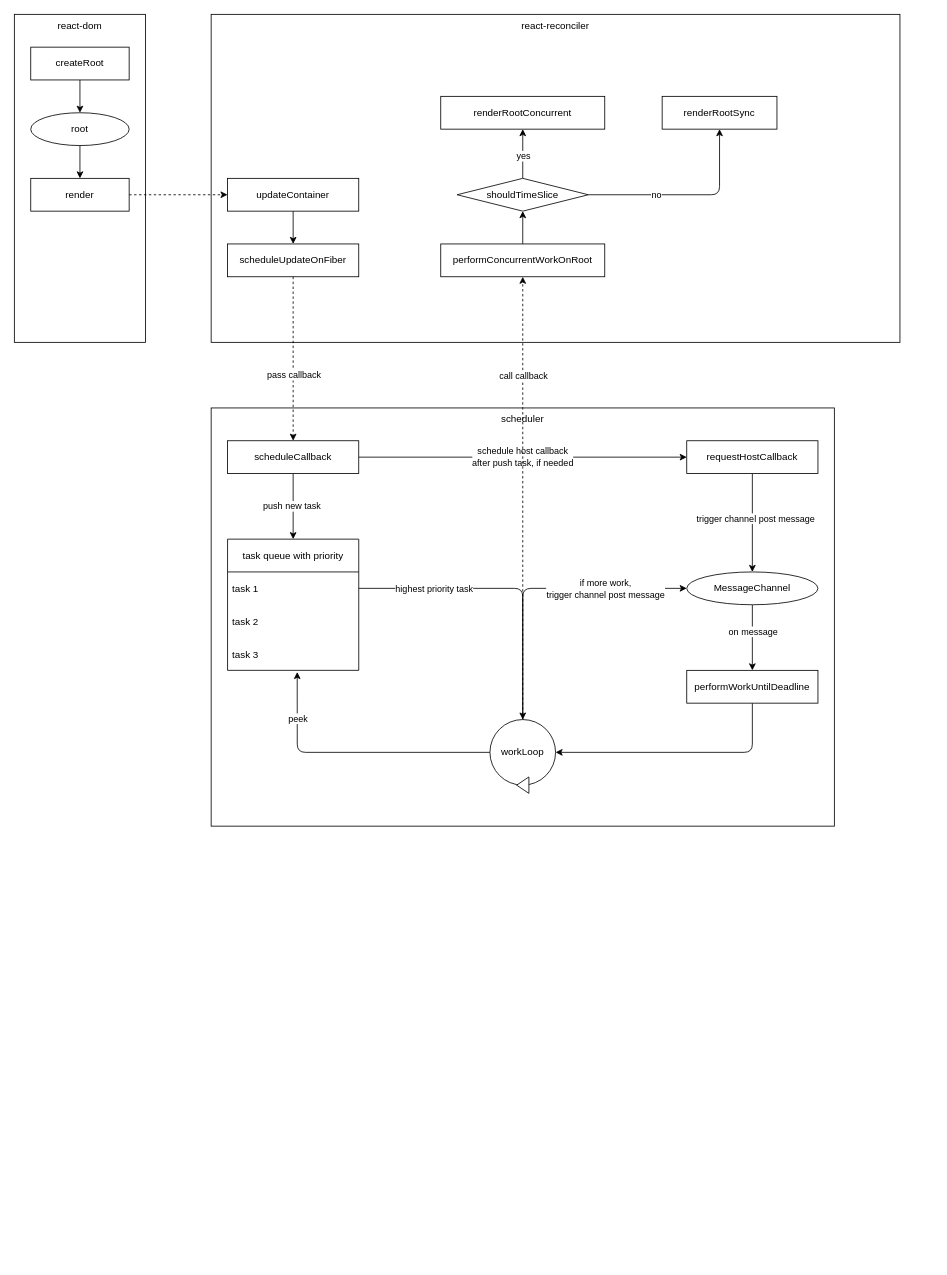
Above: assets/images/react.drawio in Harry3014/Harry3014.github.io (draw.io), before the change. Source tidied: cells renumbered, new cells numbered last; positions are measured from the earlier drawing's top-left corner, leaving out a move shared by most shapes. Both pictures are drawn from the tidied source at 82%, with x=0, y=0 at pixel (14, 14).
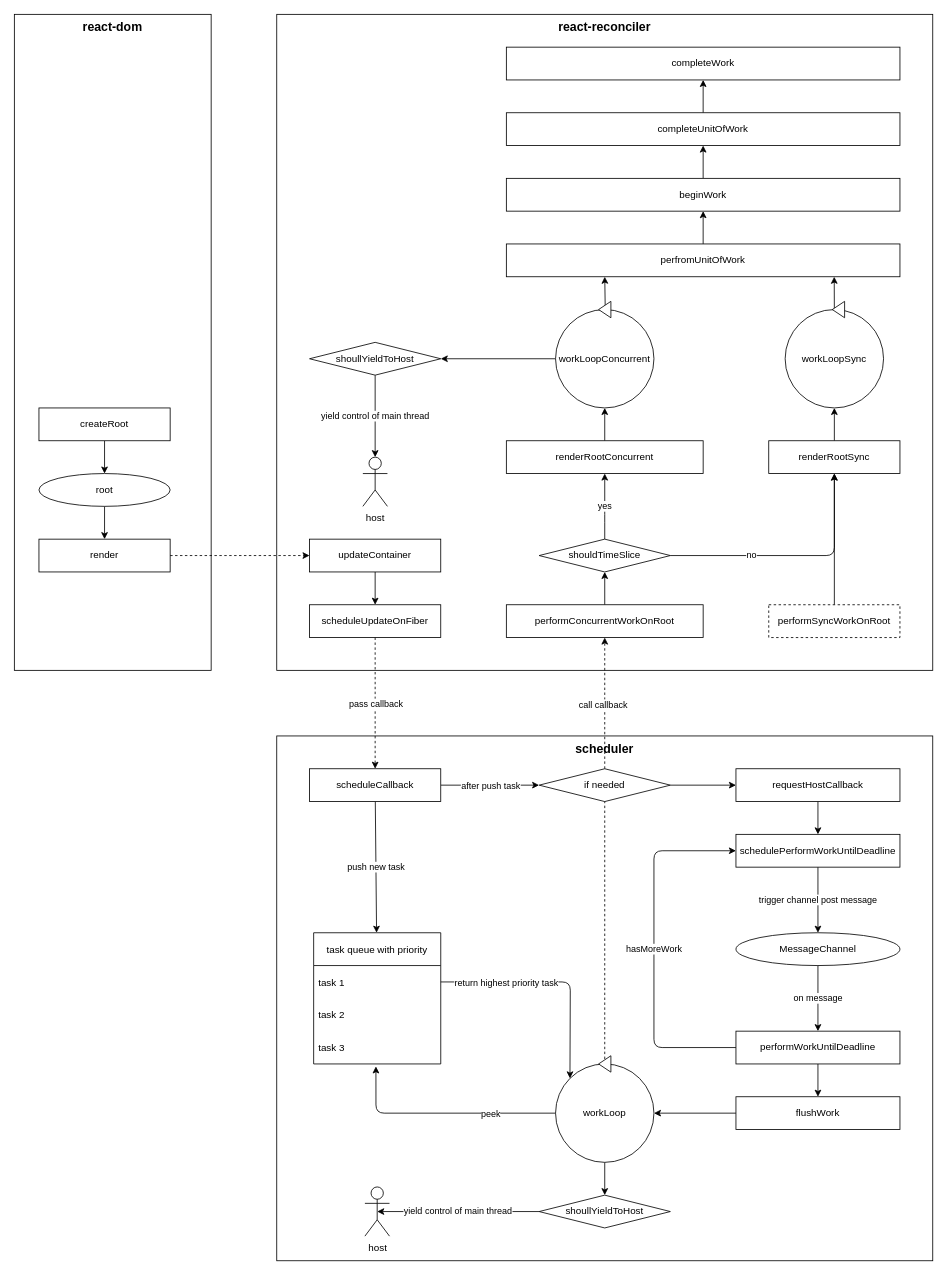
Above is the later version.

The edit, as a diff of the source:
```diff
@@
-    <mxCell id="2" value="react-dom" style="rounded=0;whiteSpace=wrap;html=1;verticalAlign=top;" parent="1" vertex="1">
-      <mxGeometry width="160" height="400" as="geometry" />
+    <mxCell id="2" value="react-dom" style="rounded=0;whiteSpace=wrap;html=1;verticalAlign=top;fontStyle=1;fontSize=15;" parent="1" vertex="1">
+      <mxGeometry width="240" height="800" as="geometry" />
     </mxCell>
@@
     <mxCell id="4" value="createRoot" style="rounded=0;whiteSpace=wrap;html=1;" parent="1" vertex="1">
-      <mxGeometry x="20" y="40" width="120" height="40" as="geometry" />
+      <mxGeometry x="30" y="480" width="160" height="40" as="geometry" />
     </mxCell>
@@
     <mxCell id="6" value="root" style="ellipse;whiteSpace=wrap;html=1;" parent="1" vertex="1">
-      <mxGeometry x="20" y="120" width="120" height="40" as="geometry" />
+      <mxGeometry x="30" y="560" width="160" height="40" as="geometry" />
     </mxCell>
     <mxCell id="7" value="render" style="rounded=0;whiteSpace=wrap;html=1;" parent="1" vertex="1">
-      <mxGeometry x="20" y="200" width="120" height="40" as="geometry" />
+      <mxGeometry x="30" y="640" width="160" height="40" as="geometry" />
     </mxCell>
-    <mxCell id="8" value="react-reconciler" style="rounded=0;whiteSpace=wrap;html=1;verticalAlign=top;" parent="1" vertex="1">
-      <mxGeometry x="240" width="840" height="400" as="geometry" />
+    <mxCell id="8" value="react-reconciler" style="rounded=0;whiteSpace=wrap;html=1;verticalAlign=top;fontStyle=1;fontSize=15;" parent="1" vertex="1">
+      <mxGeometry x="320" width="800" height="800" as="geometry" />
     </mxCell>
@@
     <mxCell id="10" value="updateContainer" style="rounded=0;whiteSpace=wrap;html=1;" parent="1" vertex="1">
-      <mxGeometry x="260" y="200" width="160" height="40" as="geometry" />
+      <mxGeometry x="360" y="640" width="160" height="40" as="geometry" />
     </mxCell>
@@
     <mxCell id="12" value="scheduleUpdateOnFiber" style="rounded=0;whiteSpace=wrap;html=1;" parent="1" vertex="1">
-      <mxGeometry x="260" y="280" width="160" height="40" as="geometry" />
+      <mxGeometry x="360" y="720" width="160" height="40" as="geometry" />
     </mxCell>
-    <mxCell id="13" value="scheduler" style="rounded=0;whiteSpace=wrap;html=1;verticalAlign=top;" parent="1" vertex="1">
-      <mxGeometry x="240" y="480" width="760" height="510" as="geometry" />
+    <mxCell id="13" value="scheduler" style="rounded=0;whiteSpace=wrap;html=1;verticalAlign=top;fontStyle=1;fontSize=15;" parent="1" vertex="1">
+      <mxGeometry x="320" y="880" width="800" height="640" as="geometry" />
     </mxCell>
-    <mxCell id="14" value="push new task&amp;nbsp;" style="edgeStyle=none;html=1;" parent="1" edge="1" source="16">
-      <mxGeometry relative="1" as="geometry">
-        <mxPoint x="340" y="640" as="targetPoint" />
-      </mxGeometry>
+    <mxCell id="14" value="push new task" style="edgeStyle=none;html=1;" parent="1" edge="1" source="16" target="19">
+      <mxGeometry relative="1" as="geometry" />
     </mxCell>
-    <mxCell id="15" value="schedule host callback&lt;br&gt;after push task, if needed" style="edgeStyle=none;html=1;" parent="1" edge="1" source="16" target="25">
-      <mxGeometry relative="1" as="geometry" />
-    </mxCell>
+    <mxCell id="50" style="edgeStyle=none;html=1;entryX=0;entryY=0.5;entryDx=0;entryDy=0;endArrow=classic;endFill=1;" parent="1" edge="1" source="16" target="86">
+      <mxGeometry relative="1" as="geometry" />
+    </mxCell>
+    <mxCell id="51" value="after push task" style="edgeLabel;html=1;align=center;verticalAlign=middle;" parent="50" vertex="1">
+      <mxGeometry x="-0.17" y="1" relative="1" as="geometry">
+        <mxPoint x="10" y="1" as="offset" />
+      </mxGeometry>
+    </mxCell>
     <mxCell id="16" value="scheduleCallback" style="rounded=0;whiteSpace=wrap;html=1;" parent="1" vertex="1">
-      <mxGeometry x="260" y="520" width="160" height="40" as="geometry" />
+      <mxGeometry x="360" y="920" width="160" height="40" as="geometry" />
     </mxCell>
-    <mxCell id="17" style="edgeStyle=none;html=1;dashed=1;" parent="1" edge="1" source="12" target="16">
+    <mxCell id="17" style="edgeStyle=none;html=1;dashed=1;entryX=0.5;entryY=0;entryDx=0;entryDy=0;" parent="1" edge="1" source="12" target="16">
       <mxGeometry relative="1" as="geometry" />
     </mxCell>
     <mxCell id="18" value="pass callback" style="edgeLabel;html=1;align=center;verticalAlign=middle;" parent="17" vertex="1">
       <mxGeometry x="0.21" relative="1" as="geometry">
-        <mxPoint y="-2" as="offset" />
+        <mxPoint y="-17" as="offset" />
       </mxGeometry>
     </mxCell>
     <mxCell id="19" value="task queue with priority" style="swimlane;fontStyle=0;horizontal=1;startSize=40;" parent="1" vertex="1">
-      <mxGeometry x="260" y="640" width="160" height="160" as="geometry" />
+      <mxGeometry x="365" y="1120" width="155" height="160" as="geometry" />
     </mxCell>
     <mxCell id="20" value="task 1" style="text;strokeColor=none;fillColor=none;align=left;verticalAlign=middle;spacingLeft=4;spacingRight=4;overflow=hidden;points=[[0,0.5],[1,0.5]];portConstraint=eastwest;" parent="19" vertex="1">
-      <mxGeometry y="40" width="160" height="40" as="geometry" />
+      <mxGeometry y="40" width="155" height="40" as="geometry" />
     </mxCell>
     <mxCell id="21" value="task 2" style="text;strokeColor=none;fillColor=none;align=left;verticalAlign=middle;spacingLeft=4;spacingRight=4;overflow=hidden;" parent="19" vertex="1">
-      <mxGeometry y="80" width="160" height="40" as="geometry" />
+      <mxGeometry y="80" width="155" height="40" as="geometry" />
     </mxCell>
     <mxCell id="22" value="task 3" style="text;strokeColor=none;fillColor=none;align=left;verticalAlign=middle;spacingLeft=4;spacingRight=4;overflow=hidden;points=[[0,0.5],[1,0.5]];portConstraint=eastwest;" parent="19" vertex="1">
-      <mxGeometry y="120" width="160" height="40" as="geometry" />
+      <mxGeometry y="120" width="155" height="40" as="geometry" />
     </mxCell>
-    <mxCell id="23" style="edgeStyle=none;html=1;" parent="1" edge="1" source="25" target="28">
-      <mxGeometry relative="1" as="geometry" />
-    </mxCell>
-    <mxCell id="24" value="trigger channel post message" style="edgeLabel;html=1;align=center;verticalAlign=middle;" parent="23" vertex="1">
-      <mxGeometry x="-0.1" y="3" relative="1" as="geometry" />
-    </mxCell>
+    <mxCell id="52" style="edgeStyle=none;html=1;" parent="1" edge="1" source="25" target="72">
+      <mxGeometry relative="1" as="geometry" />
+    </mxCell>
     <mxCell id="25" value="requestHostCallback" style="rounded=0;whiteSpace=wrap;html=1;" parent="1" vertex="1">
-      <mxGeometry x="820" y="520" width="160" height="40" as="geometry" />
+      <mxGeometry x="880" y="920" width="200" height="40" as="geometry" />
     </mxCell>
-    <mxCell id="26" style="edgeStyle=none;html=1;" parent="1" edge="1" source="28" target="30">
-      <mxGeometry relative="1" as="geometry" />
-    </mxCell>
-    <mxCell id="27" value="on message" style="edgeLabel;html=1;align=center;verticalAlign=middle;" parent="26" vertex="1">
-      <mxGeometry x="-0.21" relative="1" as="geometry" />
+    <mxCell id="27" value="on message" style="edgeStyle=none;html=1;" parent="1" edge="1" source="28" target="30">
+      <mxGeometry relative="1" as="geometry" />
     </mxCell>
     <mxCell id="28" value="MessageChannel" style="ellipse;whiteSpace=wrap;html=1;" parent="1" vertex="1">
-      <mxGeometry x="820" y="680" width="160" height="40" as="geometry" />
+      <mxGeometry x="880" y="1120" width="200" height="40" as="geometry" />
     </mxCell>
-    <mxCell id="29" style="edgeStyle=none;html=1;" parent="1" edge="1" source="30" target="37">
-      <mxGeometry relative="1" as="geometry">
-        <Array as="points">
-          <mxPoint x="900" y="900" />
-        </Array>
-      </mxGeometry>
-    </mxCell>
+    <mxCell id="53" style="edgeStyle=none;html=1;" parent="1" edge="1" source="30" target="74">
+      <mxGeometry relative="1" as="geometry" />
+    </mxCell>
+    <mxCell id="54" value="hasMoreWork" style="edgeStyle=none;html=1;entryX=0;entryY=0.5;entryDx=0;entryDy=0;" parent="1" edge="1" source="30" target="72">
+      <mxGeometry relative="1" as="geometry">
+        <Array as="points">
+          <mxPoint x="780" y="1260" />
+          <mxPoint x="780" y="1020" />
+        </Array>
+      </mxGeometry>
+    </mxCell>
     <mxCell id="30" value="performWorkUntilDeadline" style="rounded=0;whiteSpace=wrap;html=1;" parent="1" vertex="1">
-      <mxGeometry x="820" y="800" width="160" height="40" as="geometry" />
+      <mxGeometry x="880" y="1240" width="200" height="40" as="geometry" />
     </mxCell>
+    <mxCell id="41" style="edgeStyle=none;html=1;" parent="1" edge="1" source="42" target="47">
+      <mxGeometry relative="1" as="geometry" />
+    </mxCell>
+    <mxCell id="42" value="performConcurrentWorkOnRoot" style="rounded=0;whiteSpace=wrap;html=1;" parent="1" vertex="1">
+      <mxGeometry x="600" y="720" width="240" height="40" as="geometry" />
+    </mxCell>
+    <mxCell id="44" value="yes" style="edgeStyle=none;html=1;" parent="1" edge="1" source="47" target="48">
+      <mxGeometry relative="1" as="geometry">
+        <Array as="points">
+          <mxPoint x="720" y="610" />
+        </Array>
+      </mxGeometry>
+    </mxCell>
+    <mxCell id="46" value="no" style="edgeStyle=none;html=1;entryX=0.5;entryY=1;entryDx=0;entryDy=0;" parent="1" edge="1" source="47" target="49">
+      <mxGeometry x="-0.34" relative="1" as="geometry">
+        <Array as="points">
+          <mxPoint x="1000" y="660" />
+        </Array>
+      </mxGeometry>
+    </mxCell>
+    <mxCell id="47" value="shouldTimeSlice" style="rhombus;whiteSpace=wrap;html=1;" parent="1" vertex="1">
+      <mxGeometry x="640" y="640" width="160" height="40" as="geometry" />
+    </mxCell>
+    <mxCell id="55" style="edgeStyle=none;html=1;" parent="1" edge="1" source="48" target="59">
+      <mxGeometry relative="1" as="geometry" />
+    </mxCell>
+    <mxCell id="48" value="renderRootConcurrent" style="rounded=0;whiteSpace=wrap;html=1;" parent="1" vertex="1">
+      <mxGeometry x="600" y="520" width="240" height="40" as="geometry" />
+    </mxCell>
+    <mxCell id="56" style="edgeStyle=none;html=1;" parent="1" edge="1" source="49" target="61">
+      <mxGeometry relative="1" as="geometry" />
+    </mxCell>
+    <mxCell id="49" value="renderRootSync" style="rounded=0;whiteSpace=wrap;html=1;" parent="1" vertex="1">
+      <mxGeometry x="920" y="520" width="160" height="40" as="geometry" />
+    </mxCell>
+    <mxCell id="57" style="edgeStyle=none;html=1;entryX=0.25;entryY=1;entryDx=0;entryDy=0;" parent="1" edge="1" source="59" target="63">
+      <mxGeometry relative="1" as="geometry" />
+    </mxCell>
+    <mxCell id="58" style="edgeStyle=none;html=1;entryX=1;entryY=0.5;entryDx=0;entryDy=0;endArrow=classic;endFill=1;" parent="1" edge="1" source="59" target="83">
+      <mxGeometry relative="1" as="geometry" />
+    </mxCell>
+    <mxCell id="59" value="workLoopConcurrent" style="ellipse;whiteSpace=wrap;html=1;" parent="1" vertex="1">
+      <mxGeometry x="660" y="360" width="120" height="120" as="geometry" />
+    </mxCell>
+    <mxCell id="60" style="edgeStyle=none;html=1;fontSize=15;endArrow=classic;endFill=1;entryX=0.833;entryY=1;entryDx=0;entryDy=0;entryPerimeter=0;" parent="1" edge="1" source="61" target="63">
+      <mxGeometry relative="1" as="geometry" />
+    </mxCell>
+    <mxCell id="61" value="workLoopSync" style="ellipse;whiteSpace=wrap;html=1;" parent="1" vertex="1">
+      <mxGeometry x="940" y="360" width="120" height="120" as="geometry" />
+    </mxCell>
+    <mxCell id="62" style="edgeStyle=none;html=1;" parent="1" edge="1" source="63" target="67">
+      <mxGeometry relative="1" as="geometry" />
+    </mxCell>
+    <mxCell id="63" value="perfromUnitOfWork" style="rounded=0;whiteSpace=wrap;html=1;" parent="1" vertex="1">
+      <mxGeometry x="600" y="280" width="480" height="40" as="geometry" />
+    </mxCell>
+    <mxCell id="64" style="triangle;whiteSpace=wrap;html=1;direction=west;" parent="1" vertex="1">
+      <mxGeometry x="712.5" y="350" width="15" height="20" as="geometry" />
+    </mxCell>
+    <mxCell id="65" style="triangle;whiteSpace=wrap;html=1;direction=west;" parent="1" vertex="1">
+      <mxGeometry x="997.5" y="350" width="15" height="20" as="geometry" />
+    </mxCell>
+    <mxCell id="66" style="edgeStyle=none;html=1;" parent="1" edge="1" source="67" target="69">
+      <mxGeometry relative="1" as="geometry" />
+    </mxCell>
+    <mxCell id="67" value="beginWork" style="rounded=0;whiteSpace=wrap;html=1;" parent="1" vertex="1">
+      <mxGeometry x="600" y="200" width="480" height="40" as="geometry" />
+    </mxCell>
+    <mxCell id="68" style="edgeStyle=none;html=1;" parent="1" edge="1" source="69" target="71">
+      <mxGeometry relative="1" as="geometry" />
+    </mxCell>
+    <mxCell id="69" value="completeUnitOfWork" style="rounded=0;whiteSpace=wrap;html=1;" parent="1" vertex="1">
+      <mxGeometry x="600" y="120" width="480" height="40" as="geometry" />
+    </mxCell>
-    <mxCell id="31" style="edgeStyle=none;html=1;entryX=0.531;entryY=1.05;entryDx=0;entryDy=0;entryPerimeter=0;" parent="1" edge="1" source="37" target="22">
+    <mxCell id="31" style="edgeStyle=none;html=1;entryX=0.49;entryY=1.075;entryDx=0;entryDy=0;entryPerimeter=0;" parent="1" edge="1" source="37" target="22">
       <mxGeometry relative="1" as="geometry">
         <Array as="points">
-          <mxPoint x="345" y="900" />
+          <mxPoint x="441" y="1340" />
         </Array>
       </mxGeometry>
     </mxCell>
     <mxCell id="32" value="peek" style="edgeLabel;html=1;align=center;verticalAlign=middle;" parent="31" vertex="1">
-      <mxGeometry x="0.57" y="-1" relative="1" as="geometry">
-        <mxPoint y="-15" as="offset" />
+      <mxGeometry x="-0.38" relative="1" as="geometry">
+        <mxPoint x="6" as="offset" />
       </mxGeometry>
     </mxCell>
-    <mxCell id="33" style="edgeStyle=none;html=1;" parent="1" edge="1" source="37" target="28">
-      <mxGeometry relative="1" as="geometry">
-        <Array as="points">
-          <mxPoint x="620" y="700" />
-        </Array>
-      </mxGeometry>
-    </mxCell>
-    <mxCell id="34" value="if more work,&lt;br&gt;trigger channel post message" style="edgeLabel;html=1;align=center;verticalAlign=middle;" parent="33" vertex="1">
-      <mxGeometry x="0.48" y="2" relative="1" as="geometry">
-        <mxPoint x="-6" y="2" as="offset" />
-      </mxGeometry>
-    </mxCell>
+    <mxCell id="70" style="edgeStyle=none;html=1;entryX=0.5;entryY=0;entryDx=0;entryDy=0;" parent="1" edge="1" source="37" target="77">
+      <mxGeometry relative="1" as="geometry" />
+    </mxCell>
-    <mxCell id="35" style="edgeStyle=none;html=1;dashed=1;" parent="1" edge="1" source="37" target="42">
+    <mxCell id="35" style="edgeStyle=none;html=1;entryX=0.5;entryY=1;entryDx=0;entryDy=0;dashed=1;" parent="1" edge="1" source="37" target="42">
       <mxGeometry relative="1" as="geometry" />
     </mxCell>
     <mxCell id="36" value="call callback" style="edgeLabel;html=1;align=center;verticalAlign=middle;" parent="35" vertex="1">
-      <mxGeometry x="0.55" relative="1" as="geometry">
-        <mxPoint y="-1" as="offset" />
-      </mxGeometry>
+      <mxGeometry x="0.69" y="3" relative="1" as="geometry" />
     </mxCell>
     <mxCell id="37" value="workLoop" style="ellipse;whiteSpace=wrap;html=1;" parent="1" vertex="1">
-      <mxGeometry x="580" y="860" width="80" height="80" as="geometry" />
+      <mxGeometry x="660" y="1280" width="120" height="120" as="geometry" />
     </mxCell>
+    <mxCell id="71" value="completeWork" style="rounded=0;whiteSpace=wrap;html=1;" parent="1" vertex="1">
+      <mxGeometry x="600" y="40" width="480" height="40" as="geometry" />
+    </mxCell>
+    <mxCell id="24" value="trigger channel post message" style="edgeStyle=none;html=1;" parent="1" edge="1" source="72" target="28">
+      <mxGeometry relative="1" as="geometry" />
+    </mxCell>
+    <mxCell id="72" value="schedulePerformWorkUntilDeadline" style="rounded=0;whiteSpace=wrap;html=1;" parent="1" vertex="1">
+      <mxGeometry x="880" y="1000" width="200" height="40" as="geometry" />
+    </mxCell>
+    <mxCell id="73" style="edgeStyle=none;html=1;" parent="1" edge="1" source="74" target="37">
+      <mxGeometry relative="1" as="geometry" />
+    </mxCell>
+    <mxCell id="74" value="flushWork" style="rounded=0;whiteSpace=wrap;html=1;" parent="1" vertex="1">
+      <mxGeometry x="880" y="1320" width="200" height="40" as="geometry" />
+    </mxCell>
+    <mxCell id="75" style="triangle;whiteSpace=wrap;html=1;direction=west;" parent="1" vertex="1">
+      <mxGeometry x="712.5" y="1270" width="15" height="20" as="geometry" />
+    </mxCell>
+    <mxCell id="76" value="yield control of main thread" style="edgeStyle=none;html=1;entryX=0.5;entryY=0.5;entryDx=0;entryDy=0;entryPerimeter=0;" parent="1" edge="1" source="77" target="79">
+      <mxGeometry relative="1" as="geometry" />
+    </mxCell>
+    <mxCell id="77" value="shoullYieldToHost" style="rhombus;whiteSpace=wrap;html=1;" parent="1" vertex="1">
+      <mxGeometry x="640" y="1440" width="160" height="40" as="geometry" />
+    </mxCell>
-    <mxCell id="38" style="edgeStyle=none;html=1;" parent="1" edge="1" source="20" target="37">
+    <mxCell id="38" style="edgeStyle=none;html=1;entryX=0;entryY=0;entryDx=0;entryDy=0;" parent="1" edge="1" source="20" target="37">
       <mxGeometry relative="1" as="geometry">
         <Array as="points">
-          <mxPoint x="620" y="700" />
+          <mxPoint x="678" y="1180" />
         </Array>
       </mxGeometry>
     </mxCell>
-    <mxCell id="39" value="highest priority task" style="edgeLabel;html=1;align=center;verticalAlign=middle;" parent="38" vertex="1">
-      <mxGeometry x="-0.58" y="-3" relative="1" as="geometry">
-        <mxPoint x="15" y="-3" as="offset" />
-      </mxGeometry>
-    </mxCell>
-    <mxCell id="40" style="triangle;whiteSpace=wrap;html=1;direction=west;" parent="1" vertex="1">
-      <mxGeometry x="612.5" y="930" width="15" height="20" as="geometry" />
-    </mxCell>
-    <mxCell id="41" style="edgeStyle=none;html=1;" parent="1" edge="1" source="42" target="47">
-      <mxGeometry relative="1" as="geometry" />
-    </mxCell>
-    <mxCell id="42" value="performConcurrentWorkOnRoot" style="rounded=0;whiteSpace=wrap;html=1;" parent="1" vertex="1">
-      <mxGeometry x="520" y="280" width="200" height="40" as="geometry" />
-    </mxCell>
-    <mxCell id="43" style="edgeStyle=none;html=1;" parent="1" edge="1" source="47" target="48">
-      <mxGeometry relative="1" as="geometry" />
-    </mxCell>
-    <mxCell id="44" value="yes" style="edgeLabel;html=1;align=center;verticalAlign=middle;" parent="43" vertex="1">
-      <mxGeometry x="-0.17" y="-2" relative="1" as="geometry">
-        <mxPoint x="-2" y="-3" as="offset" />
-      </mxGeometry>
-    </mxCell>
-    <mxCell id="45" style="edgeStyle=none;html=1;" parent="1" edge="1" source="47" target="49">
-      <mxGeometry relative="1" as="geometry">
-        <Array as="points">
-          <mxPoint x="860" y="220" />
-        </Array>
-      </mxGeometry>
-    </mxCell>
-    <mxCell id="46" value="no" style="edgeLabel;html=1;align=center;verticalAlign=middle;" parent="45" vertex="1">
-      <mxGeometry x="-0.32" y="-1" relative="1" as="geometry">
-        <mxPoint y="-1" as="offset" />
-      </mxGeometry>
-    </mxCell>
-    <mxCell id="47" value="shouldTimeSlice" style="rhombus;whiteSpace=wrap;html=1;" parent="1" vertex="1">
-      <mxGeometry x="540" y="200" width="160" height="40" as="geometry" />
-    </mxCell>
-    <mxCell id="48" value="renderRootConcurrent" style="rounded=0;whiteSpace=wrap;html=1;" parent="1" vertex="1">
-      <mxGeometry x="520" y="100" width="200" height="40" as="geometry" />
-    </mxCell>
-    <mxCell id="49" value="renderRootSync" style="rounded=0;whiteSpace=wrap;html=1;" parent="1" vertex="1">
-      <mxGeometry x="790" y="100" width="140" height="40" as="geometry" />
-    </mxCell>
+    <mxCell id="78" value="return highest priority task" style="edgeLabel;html=1;align=center;verticalAlign=middle;" parent="38" vertex="1">
+      <mxGeometry x="-0.59" y="-2" relative="1" as="geometry">
+        <mxPoint x="23" y="-2" as="offset" />
+      </mxGeometry>
+    </mxCell>
+    <mxCell id="79" value="host" style="shape=umlActor;verticalLabelPosition=bottom;verticalAlign=top;html=1;outlineConnect=0;" parent="1" vertex="1">
+      <mxGeometry x="427.5" y="1430" width="30" height="60" as="geometry" />
+    </mxCell>
+    <mxCell id="80" style="edgeStyle=none;html=1;entryX=0.5;entryY=1;entryDx=0;entryDy=0;fontSize=15;endArrow=classic;endFill=1;" parent="1" edge="1" source="81" target="49">
+      <mxGeometry relative="1" as="geometry" />
+    </mxCell>
+    <mxCell id="81" value="performSyncWorkOnRoot" style="rounded=0;whiteSpace=wrap;html=1;dashed=1;" parent="1" vertex="1">
+      <mxGeometry x="920" y="720" width="160" height="40" as="geometry" />
+    </mxCell>
+    <mxCell id="82" value="yield control of main thread" style="edgeStyle=none;html=1;endArrow=classic;endFill=1;" parent="1" edge="1" source="83" target="84">
+      <mxGeometry relative="1" as="geometry" />
+    </mxCell>
+    <mxCell id="83" value="shoullYieldToHost" style="rhombus;whiteSpace=wrap;html=1;" parent="1" vertex="1">
+      <mxGeometry x="360" y="400" width="160" height="40" as="geometry" />
+    </mxCell>
+    <mxCell id="84" value="host" style="shape=umlActor;verticalLabelPosition=bottom;verticalAlign=top;html=1;outlineConnect=0;" parent="1" vertex="1">
+      <mxGeometry x="425" y="540" width="30" height="60" as="geometry" />
+    </mxCell>
+    <mxCell id="85" style="edgeStyle=none;html=1;endArrow=classic;endFill=1;" parent="1" edge="1" source="86" target="25">
+      <mxGeometry relative="1" as="geometry" />
+    </mxCell>
+    <mxCell id="86" value="if needed" style="rhombus;whiteSpace=wrap;html=1;" parent="1" vertex="1">
+      <mxGeometry x="640" y="920" width="160" height="40" as="geometry" />
+    </mxCell>
```
